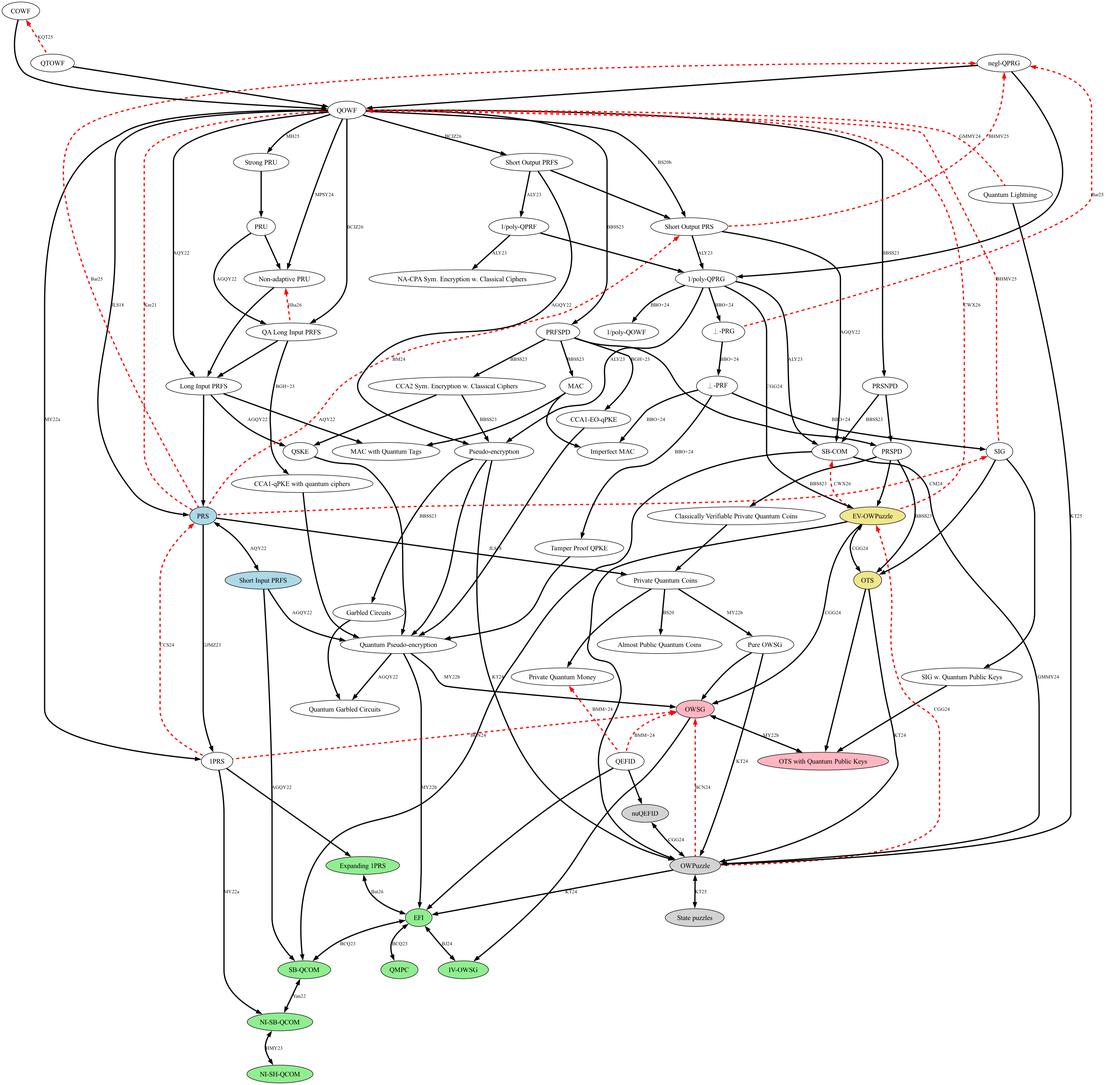
This is microcrypt.png from sattath/microcrypt-zoo, a Graphviz export, as it was before one commit. Its source is kept beside it as microcrypt.gv.
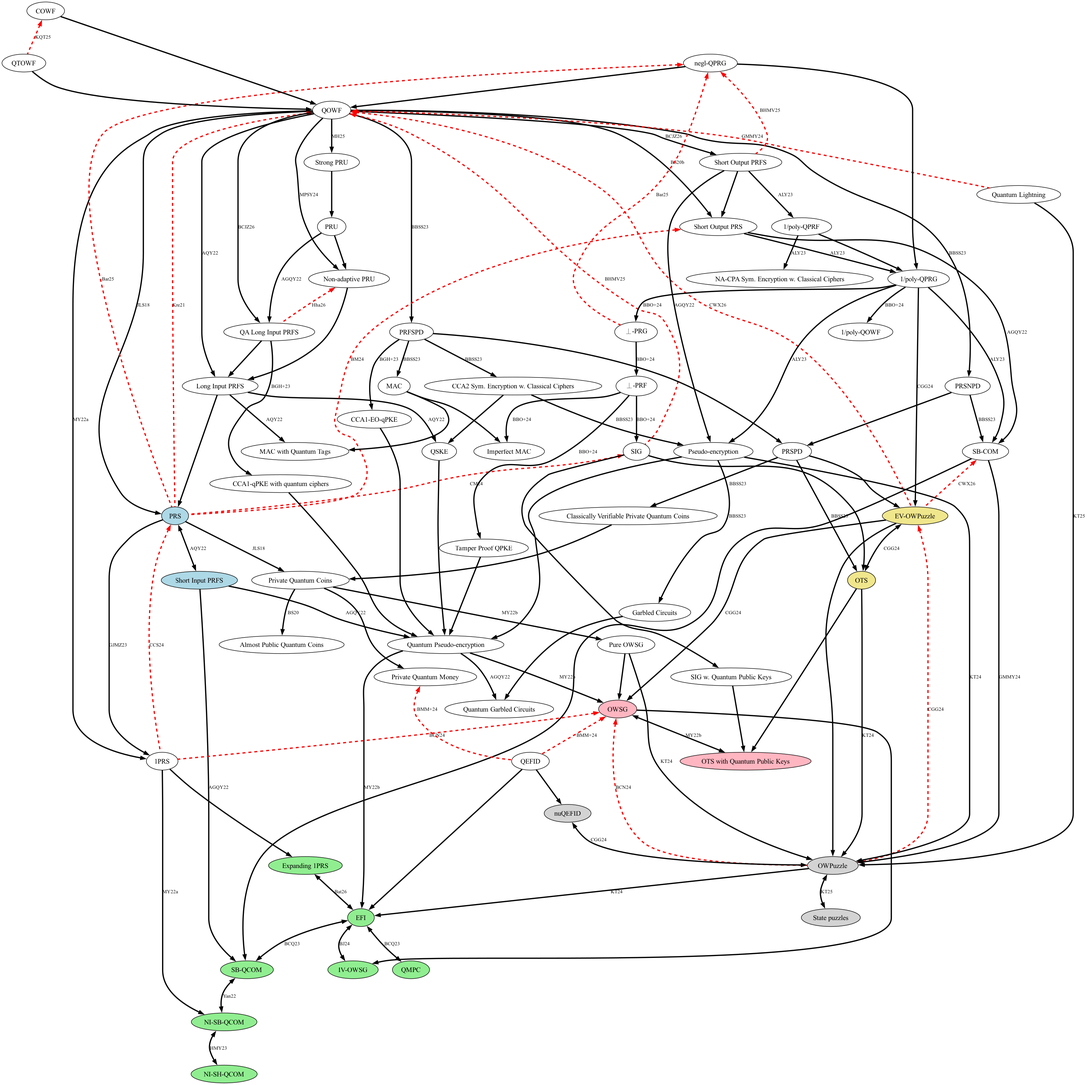
Above is the later version.

Commit message:
Citation fixes: QSKE via AQY22; stronger BHMV25 separation

- Long Input PRFS => QSKE is AQY22 Lemma 7.3, not AGQY22.
- BHMV25's oracle world has log-output adaptive quantum-accessible PRFS,
  so negl-QPRG cannot be built even from Short Output PRFS (this implies
  the previous edge from Short Output PRS).
- Bar25 theorem number in a source comment.

Claude-Session: https://claude.ai/code/session_01F8ByrSNQmWmp7L7PBHdvWM

Diff of the diagram source:
```diff
@@ -127,7 +127,6 @@
     "Short Input PRFS" -> "SB-QCOM"; // AGQY22
     "Short Input PRFS" -> "Quantum Pseudo-encryption"; // AGQY22
     "Quantum Pseudo-encryption" -> "Quantum Garbled Circuits"; // AGQY22
-    "Long Input PRFS" -> QSKE; // AGQY22
     "Short Output PRFS" -> "Pseudo-encryption"; // AGQY22
 
     edge [label="ALY23" tooltip="Ananth,  Lin and Yuen.\n Pseudorandom Strings from Pseudorandom Quantum States.\n IACR eprint, 2023. " URL="https://eprint.iacr.org/2023/904"]
@@ -141,6 +140,7 @@
     QOWF -> "Long Input PRFS"; // AQY22
     PRS -> "Short Input PRFS"; // AQY22
     "Long Input PRFS" -> "MAC with Quantum Tags"; // AQY22
+    "Long Input PRFS" -> QSKE; // AQY22 Lemma 7.3
 
     edge [label="BCJZ26" tooltip="Batra, Chen, Jain and Zhang.\n Scalable, quantum-accessible, and adaptive pseudorandom quantum state and pseudorandom function-like quantum state generators.\n CRYPTO'26. Thm 7: scalable (every output length, including c*log(n)), adaptive, quantum-accessible PRFS with pure outputs. Improves [AGQY22](https://link.springer.com/chapter/10.1007/978-3-031-22318-1_9) Lemma 5.10 (classical queries only) and Thm 5.12 (super-logarithmic output only), and [AQY22](https://link.springer.com/chapter/10.1007/978-3-031-15802-5_8) (selective security, classical queries). Stated for post-quantum OWF; extends to QOWF since the reduction is fully black-box, see [KQT25](https://arxiv.org/abs/2411.02554)." URL="https://eprint.iacr.org/2026/1206"]
     QOWF -> "Short Output PRFS"; // BCJZ26 Thm 7
@@ -278,7 +278,7 @@
     OWSG->OWPuzzle; // BCN24
 
     edge [label="BHMV25" tooltip="Bouaziz--Ermann, Hhan, Muguruza and Vu.\n On Limits on the Provable Consequences of Quantum Pseudorandomness.\n arXiv, 2025" URL="https://arxiv.org/abs/2510.05393"]
-    "negl-QPRG"->"Short Output PRS";
+    "negl-QPRG"->"Short Output PRFS"; // BHMV25 Thm 1.1 / 5.1
     QOWF->SIG; // BHMV25 Cor 1.3
 
     edge [label="CWX26" tooltip="Chen, Wang and Xie.\n The Breakdown of Classical Minicrypt Equivalences in the Quantum-Computation Classical-Communication Model.\n arXiv, 2026" URL="https://arxiv.org/abs/2609.33098"]
@@ -289,7 +289,7 @@
     "Non-adaptive PRU"->"QA Long Input PRFS"; // Hha26 Thm 1.1 (adaptive quantum-accessible PRFS exist, PRUs do not)
 
     edge [label="Bar25" tooltip="Barhoush.\n Separating Pseudorandom Generators from Logarithmic Pseudorandom States.\n arXiv, 2025" URL="https://arxiv.org/abs/2510.20131"]
-    "negl-QPRG"->PRS; // Bar25 Thm 1.1
+    "negl-QPRG"->PRS; // Bar25 Thm 1
     "negl-QPRG"->"⊥-PRG"; // Bar25 Thm 1.2
 
     edge [label="GMMY24" tooltip="Goldin, Morimae, Mutreja and Yamakawa.\n CountCrypt: Quantum Cryptography between QCMA and PP.\n arXiv, 2024. Quantum lightning exists relative to an oracle where BQP=QCMA, which breaks one-way functions." URL="https://arxiv.org/abs/2410.14792"]
```
